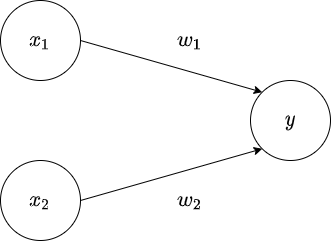
The draw.io diagram images/drawio/pa-seputoron.png in bonu-kun/master_thesis, before a commit. Source tidied: cells renumbered, new cells last; positions are measured from the earlier drawing's top-left corner, leaving out a move shared by most shapes. The source it was exported from:
```xml
<mxGraphModel math="1">
  <root>
    <mxCell id="0" />
    <mxCell id="1" parent="0" />
    <mxCell id="2" style="edgeStyle=none;html=1;exitX=1;exitY=0.5;exitDx=0;exitDy=0;entryX=0;entryY=0;entryDx=0;entryDy=0;" parent="1" edge="1" source="3" target="6">
      <mxGeometry relative="1" as="geometry" />
    </mxCell>
    <mxCell id="3" value="&lt;font style=&quot;font-size: 18px&quot;&gt;`x_1`&lt;/font&gt;" style="ellipse;whiteSpace=wrap;html=1;" parent="1" vertex="1">
      <mxGeometry width="80" height="80" as="geometry" />
    </mxCell>
    <mxCell id="4" style="edgeStyle=none;html=1;exitX=1;exitY=0.5;exitDx=0;exitDy=0;entryX=0;entryY=1;entryDx=0;entryDy=0;" parent="1" edge="1" source="5" target="6">
      <mxGeometry relative="1" as="geometry" />
    </mxCell>
    <mxCell id="5" value="&lt;span style=&quot;font-size: 18px&quot;&gt;`x_2`&lt;/span&gt;" style="ellipse;whiteSpace=wrap;html=1;" parent="1" vertex="1">
      <mxGeometry y="160" width="80" height="80" as="geometry" />
    </mxCell>
    <mxCell id="6" value="&lt;span style=&quot;font-size: 18px&quot;&gt;`y`&lt;/span&gt;" style="ellipse;whiteSpace=wrap;html=1;" parent="1" vertex="1">
      <mxGeometry x="250" y="80" width="80" height="80" as="geometry" />
    </mxCell>
    <mxCell id="7" value="&lt;font style=&quot;font-size: 18px&quot;&gt;`w_1`&lt;/font&gt;" style="text;html=1;strokeColor=none;fillColor=none;align=center;verticalAlign=middle;whiteSpace=wrap;rounded=0;" parent="1" vertex="1">
      <mxGeometry x="170" y="30" width="40" height="20" as="geometry" />
    </mxCell>
    <mxCell id="8" value="&lt;font style=&quot;font-size: 18px&quot;&gt;`w_2`&lt;/font&gt;" style="text;html=1;strokeColor=none;fillColor=none;align=center;verticalAlign=middle;whiteSpace=wrap;rounded=0;" parent="1" vertex="1">
      <mxGeometry x="170" y="190" width="40" height="20" as="geometry" />
    </mxCell>
  </root>
</mxGraphModel>
```
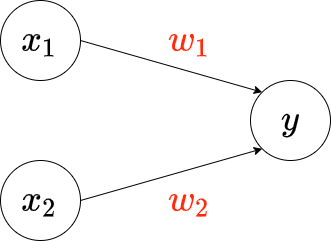
Later version of the same file.

What changed in the source:
```diff
@@ -5,22 +5,22 @@
     <mxCell id="2" style="edgeStyle=none;html=1;exitX=1;exitY=0.5;exitDx=0;exitDy=0;entryX=0;entryY=0;entryDx=0;entryDy=0;" parent="1" edge="1" source="3" target="6">
       <mxGeometry relative="1" as="geometry" />
     </mxCell>
-    <mxCell id="3" value="&lt;font style=&quot;font-size: 18px&quot;&gt;`x_1`&lt;/font&gt;" style="ellipse;whiteSpace=wrap;html=1;" parent="1" vertex="1">
+    <mxCell id="3" value="&lt;font style=&quot;font-size: 30px&quot;&gt;`x_1`&lt;/font&gt;" style="ellipse;whiteSpace=wrap;html=1;" parent="1" vertex="1">
       <mxGeometry width="80" height="80" as="geometry" />
     </mxCell>
     <mxCell id="4" style="edgeStyle=none;html=1;exitX=1;exitY=0.5;exitDx=0;exitDy=0;entryX=0;entryY=1;entryDx=0;entryDy=0;" parent="1" edge="1" source="5" target="6">
       <mxGeometry relative="1" as="geometry" />
     </mxCell>
-    <mxCell id="5" value="&lt;span style=&quot;font-size: 18px&quot;&gt;`x_2`&lt;/span&gt;" style="ellipse;whiteSpace=wrap;html=1;" parent="1" vertex="1">
+    <mxCell id="5" value="&lt;font style=&quot;font-size: 30px&quot;&gt;`x_2`&lt;/font&gt;" style="ellipse;whiteSpace=wrap;html=1;" parent="1" vertex="1">
       <mxGeometry y="160" width="80" height="80" as="geometry" />
     </mxCell>
-    <mxCell id="6" value="&lt;span style=&quot;font-size: 18px&quot;&gt;`y`&lt;/span&gt;" style="ellipse;whiteSpace=wrap;html=1;" parent="1" vertex="1">
+    <mxCell id="6" value="&lt;font style=&quot;font-size: 30px&quot;&gt;`y`&lt;/font&gt;" style="ellipse;whiteSpace=wrap;html=1;" parent="1" vertex="1">
       <mxGeometry x="250" y="80" width="80" height="80" as="geometry" />
     </mxCell>
-    <mxCell id="7" value="&lt;font style=&quot;font-size: 18px&quot;&gt;`w_1`&lt;/font&gt;" style="text;html=1;strokeColor=none;fillColor=none;align=center;verticalAlign=middle;whiteSpace=wrap;rounded=0;" parent="1" vertex="1">
+    <mxCell id="7" value="&lt;font style=&quot;font-size: 30px&quot; color=&quot;#ff2b0a&quot;&gt;`w_1`&lt;/font&gt;" style="text;html=1;strokeColor=none;fillColor=none;align=center;verticalAlign=middle;whiteSpace=wrap;rounded=0;" parent="1" vertex="1">
       <mxGeometry x="170" y="30" width="40" height="20" as="geometry" />
     </mxCell>
-    <mxCell id="8" value="&lt;font style=&quot;font-size: 18px&quot;&gt;`w_2`&lt;/font&gt;" style="text;html=1;strokeColor=none;fillColor=none;align=center;verticalAlign=middle;whiteSpace=wrap;rounded=0;" parent="1" vertex="1">
+    <mxCell id="8" value="&lt;font style=&quot;font-size: 30px&quot; color=&quot;#ff2b0a&quot;&gt;`w_2`&lt;/font&gt;" style="text;html=1;strokeColor=none;fillColor=none;align=center;verticalAlign=middle;whiteSpace=wrap;rounded=0;" parent="1" vertex="1">
       <mxGeometry x="170" y="190" width="40" height="20" as="geometry" />
     </mxCell>
   </root>
```
